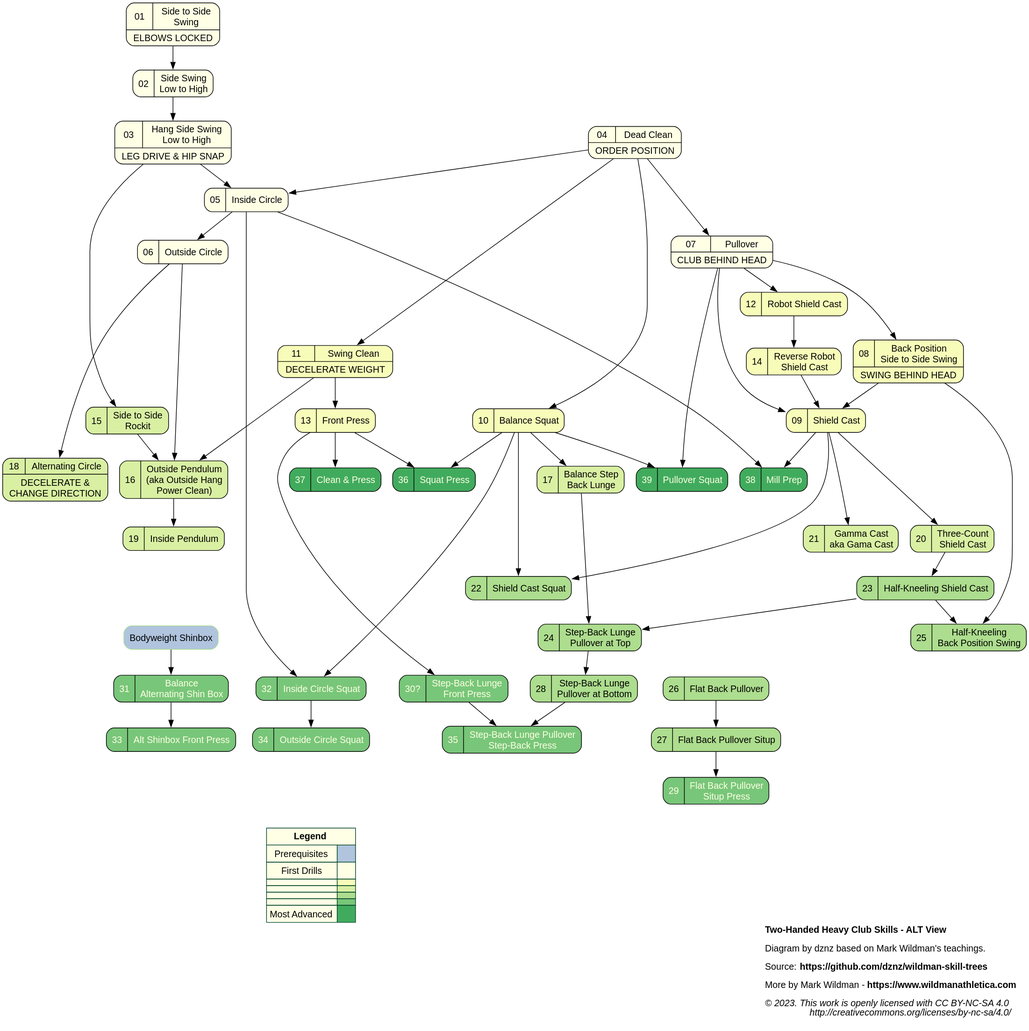
Earlier version of the PlantUML export dist/hc_2h_progression_ALT.svg (dznz/wildman-skill-trees). Its source is kept beside it as src/hc/hc_2h_progression_ALT.puml.
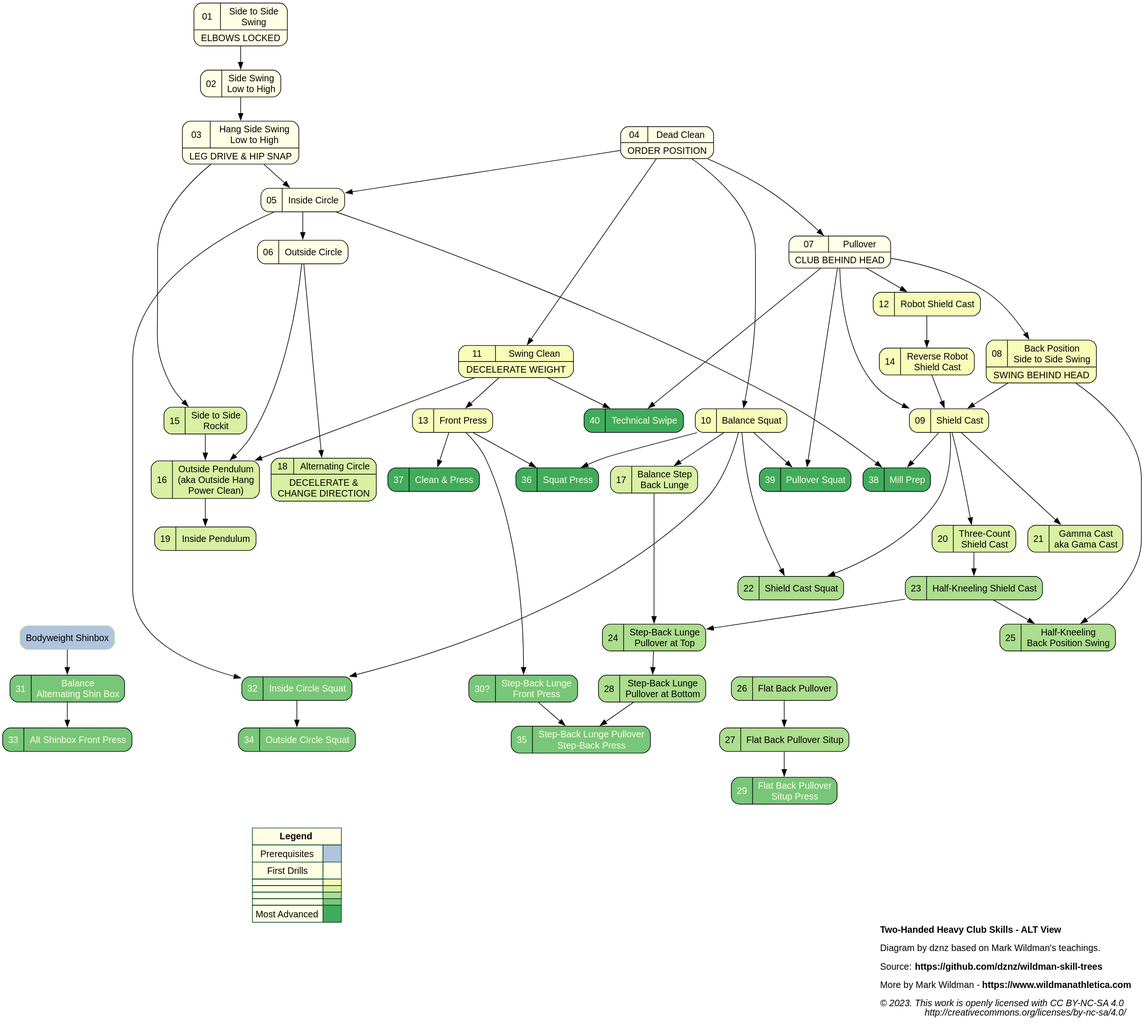
Above is the later version.

Commit message:
feat(hc_2h_progression): add 2HHC-40

Diff of the diagram source:
```diff
@@ -86,6 +86,7 @@
     mov_37_cap                [label="{{37|Clean & Press}}"                                       URL="https://www.youtube.com/watch?v=6kpEYglMJ1c"]
     mov_38_millprep           [label="{{38|Mill Prep}}"                                           URL="https://www.youtube.com/watch?v=G_OXuFs2bRs"]
     mov_39_pullsquat          [label="{{39|Pullover Squat}}"                                      URL="https://www.youtube.com/watch?v=3yf3VO2sd-4"];
+    mov_40_swipe              [label="{{40|Technical Swipe}}"                                     URL="https://www.youtube.com/watch?v=nQ7npb0krRg"];
   }
 
   // Prerequisite skills
@@ -109,6 +110,7 @@
   mov_08_backpossidetoside -> mov_25_kneelbackswing;
   mov_20_3csc -> mov_23_kneelsc
   mov_07_pullover -> mov_39_pullsquat;
+  {mov_11_swingclean, mov_07_pullover} -> mov_40_swipe
 
 subgraph custer_sideswing {
   label="Sideswing"
@@ -173,6 +175,11 @@
   mov_26_fbpull -> mov_27_fbpullsit;
   mov_27_fbpullsit -> mov_29_fbpullsitpress;
   mov_31_altshinbox -> mov_33_altshinboxfrpress;
+}
+
+subgraph custer_swipe {
+  label="Swipe"
+  mov_40_swipe
 }
 
 // LAYOUT HACKS
```
